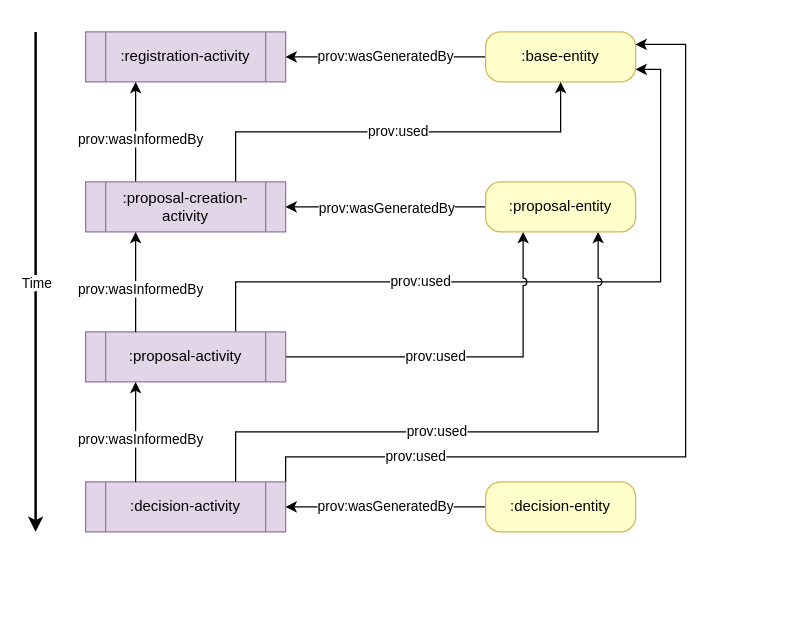
Before: img/design_principles_extended.drawio in swiss/paf-link, a draw.io diagram. Source tidied: cells renumbered, new cells numbered last; positions are measured from the earlier drawing's top-left corner, leaving out a move shared by most shapes. Both pictures are drawn from the tidied source at 125%, with x=0, y=0 at pixel (35, 31).
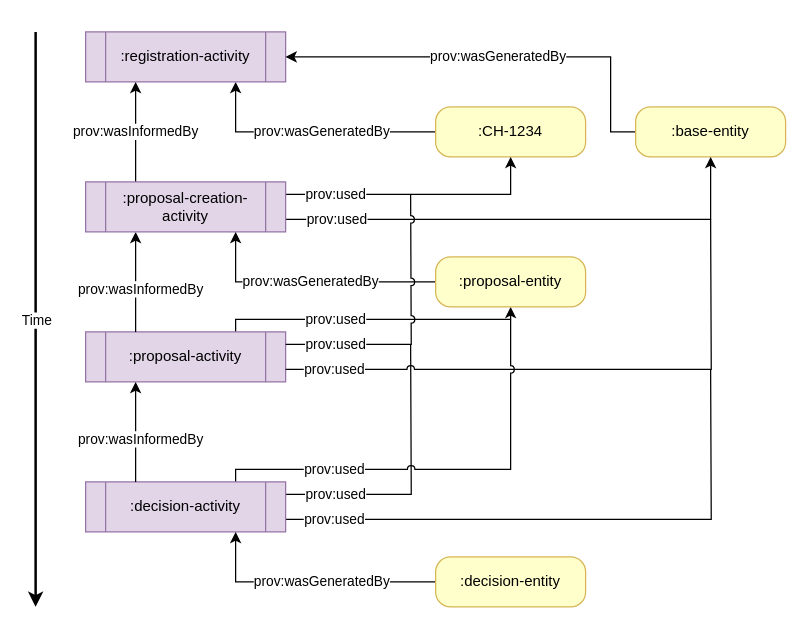
The same page after the edit.

Commit message (it also covers changes not shown here):
update design principles

The change refers to these unchanged cells:
```xml
<mxCell id="21" value=":proposal-creation-activity" style="shape=process;whiteSpace=wrap;html=1;backgroundOutline=1;fillColor=#e1d5e7;strokeColor=#9673a6;" parent="1" vertex="1">
  <mxGeometry x="40" y="120" width="160" height="40" as="geometry" />
</mxCell>
```

What changed in the source:
```diff
@@
-    <mxCell id="2" value="prov:used" style="edgeStyle=orthogonalEdgeStyle;rounded=0;html=1;exitX=0.75;exitY=0;exitDx=0;exitDy=0;entryX=1;entryY=0.75;entryDx=0;entryDy=0;jumpStyle=arc;" parent="1" edge="1" source="11" target="4">
-      <mxGeometry x="-0.34" relative="1" as="geometry">
-        <Array as="points">
-          <mxPoint x="160" y="200" />
-          <mxPoint x="500" y="200" />
-          <mxPoint x="500" y="30" />
-        </Array>
-      </mxGeometry>
-    </mxCell>
+    <mxCell id="26" value="prov:used" style="edgeStyle=orthogonalEdgeStyle;rounded=0;html=1;exitX=1;exitY=0.25;exitDx=0;exitDy=0;endArrow=none;endFill=0;" parent="1" edge="1" source="15">
+      <mxGeometry x="-0.64" relative="1" as="geometry">
+        <mxPoint x="300" y="250" as="targetPoint" />
+      </mxGeometry>
+    </mxCell>
+    <mxCell id="27" value="prov:wasGeneratedBy" style="edgeStyle=orthogonalEdgeStyle;rounded=0;html=1;exitX=0;exitY=0.5;exitDx=0;exitDy=0;entryX=0.75;entryY=1;entryDx=0;entryDy=0;" parent="1" edge="1" source="28" target="5">
+      <mxGeometry x="-0.09" relative="1" as="geometry" />
+    </mxCell>
+    <mxCell id="28" value=":CH-1234" style="rounded=1;whiteSpace=wrap;html=1;fillColor=#FFFFCC;strokeColor=#d6b656;arcSize=30;" parent="1" vertex="1">
+      <mxGeometry x="320" y="60" width="120" height="40" as="geometry" />
+    </mxCell>
+    <mxCell id="5" value=":registration-activity" style="shape=process;whiteSpace=wrap;html=1;backgroundOutline=1;fillColor=#e1d5e7;strokeColor=#9673a6;" parent="1" vertex="1">
+      <mxGeometry x="40" width="160" height="40" as="geometry" />
+    </mxCell>
+    <mxCell id="29" style="endArrow=classic;html=1;strokeWidth=2;" parent="1" edge="1">
+      <mxGeometry relative="1" as="geometry">
+        <mxPoint as="sourcePoint" />
+        <mxPoint y="460" as="targetPoint" />
+      </mxGeometry>
+    </mxCell>
+    <mxCell id="7" value="Time" style="edgeLabel;html=1;align=center;verticalAlign=middle;" parent="29" vertex="1">
+      <mxGeometry relative="1" as="geometry" />
+    </mxCell>
+    <mxCell id="8" value="prov:wasInformedBy" style="edgeStyle=none;html=1;entryX=0.25;entryY=1;entryDx=0;entryDy=0;exitX=0.25;exitY=0;exitDx=0;exitDy=0;startArrow=none;" parent="1" edge="1" source="21" target="5">
+      <mxGeometry relative="1" as="geometry" />
+    </mxCell>
+    <mxCell id="10" value="prov:used" style="edgeStyle=orthogonalEdgeStyle;rounded=0;jumpStyle=arc;html=1;exitX=0.75;exitY=0;exitDx=0;exitDy=0;entryX=0.5;entryY=1;entryDx=0;entryDy=0;endArrow=classic;endFill=1;" parent="1" edge="1" source="11" target="25">
+      <mxGeometry x="-0.25" relative="1" as="geometry" />
+    </mxCell>
+    <mxCell id="11" value=":proposal-activity" style="shape=process;whiteSpace=wrap;html=1;backgroundOutline=1;fillColor=#e1d5e7;strokeColor=#9673a6;" parent="1" vertex="1">
+      <mxGeometry x="40" y="240" width="160" height="40" as="geometry" />
+    </mxCell>
+    <mxCell id="30" value="prov:used" style="edgeStyle=orthogonalEdgeStyle;rounded=0;html=1;exitX=1;exitY=0.75;exitDx=0;exitDy=0;jumpStyle=arc;endArrow=none;endFill=0;" parent="1" edge="1" source="11">
+      <mxGeometry x="-0.83" relative="1" as="geometry">
+        <mxPoint x="540" y="150" as="targetPoint" />
+      </mxGeometry>
+    </mxCell>
+    <mxCell id="31" style="edgeStyle=none;html=1;" parent="1" edge="1">
+      <mxGeometry relative="1" as="geometry">
+        <mxPoint x="280" y="460" as="sourcePoint" />
+        <mxPoint x="280" y="460" as="targetPoint" />
+      </mxGeometry>
+    </mxCell>
+    <mxCell id="32" value="prov:used" style="edgeStyle=orthogonalEdgeStyle;rounded=0;jumpStyle=arc;html=1;exitX=1;exitY=0.75;exitDx=0;exitDy=0;endArrow=none;endFill=0;" parent="1" edge="1" source="15">
+      <mxGeometry x="-0.83" relative="1" as="geometry">
+        <mxPoint x="540" y="270" as="targetPoint" />
+      </mxGeometry>
+    </mxCell>
+    <mxCell id="33" value="prov:used" style="edgeStyle=orthogonalEdgeStyle;rounded=0;jumpStyle=arc;html=1;exitX=0.75;exitY=0;exitDx=0;exitDy=0;endArrow=none;endFill=0;" parent="1" edge="1" source="15">
+      <mxGeometry x="-0.49" relative="1" as="geometry">
+        <mxPoint x="380" y="230" as="targetPoint" />
+        <Array as="points">
+          <mxPoint x="160" y="350" />
+          <mxPoint x="380" y="350" />
+        </Array>
+      </mxGeometry>
+    </mxCell>
+    <mxCell id="15" value=":decision-activity" style="shape=process;whiteSpace=wrap;html=1;backgroundOutline=1;fillColor=#e1d5e7;strokeColor=#9673a6;" parent="1" vertex="1">
+      <mxGeometry x="40" y="360" width="160" height="40" as="geometry" />
+    </mxCell>
+    <mxCell id="16" style="edgeStyle=none;html=1;exitX=0.25;exitY=0;exitDx=0;exitDy=0;entryX=0.25;entryY=1;entryDx=0;entryDy=0;" parent="1" edge="1" source="15" target="11">
+      <mxGeometry relative="1" as="geometry" />
+    </mxCell>
+    <mxCell id="34" value="prov:wasInformedBy" style="edgeLabel;html=1;align=center;verticalAlign=middle;" parent="16" vertex="1">
+      <mxGeometry x="-0.12" y="-3" relative="1" as="geometry" />
+    </mxCell>
+    <mxCell id="18" value="prov:wasGeneratedBy" style="edgeStyle=orthogonalEdgeStyle;rounded=0;html=1;exitX=0;exitY=0.5;exitDx=0;exitDy=0;entryX=0.75;entryY=1;entryDx=0;entryDy=0;endArrow=classic;endFill=1;" parent="1" edge="1" source="19" target="15">
+      <mxGeometry x="-0.09" relative="1" as="geometry" />
+    </mxCell>
+    <mxCell id="19" value=":decision-entity" style="rounded=1;whiteSpace=wrap;html=1;fillColor=#FFFFCC;strokeColor=#d6b656;arcSize=30;" parent="1" vertex="1">
+      <mxGeometry x="320" y="420" width="120" height="40" as="geometry" />
+    </mxCell>
-    <mxCell id="3" value="prov:wasGeneratedBy" style="edgeStyle=orthogonalEdgeStyle;rounded=0;html=1;exitX=0;exitY=0.5;exitDx=0;exitDy=0;entryX=1;entryY=0.5;entryDx=0;entryDy=0;" parent="1" edge="1" source="4" target="5">
-      <mxGeometry relative="1" as="geometry" />
+    <mxCell id="3" value="prov:wasGeneratedBy" style="edgeStyle=orthogonalEdgeStyle;rounded=0;jumpStyle=arc;html=1;exitX=0;exitY=0.5;exitDx=0;exitDy=0;entryX=1;entryY=0.5;entryDx=0;entryDy=0;startArrow=none;startFill=0;endArrow=classic;endFill=1;" parent="1" edge="1" source="4" target="5">
+      <mxGeometry relative="1" as="geometry">
+        <Array as="points">
+          <mxPoint x="460" y="80" />
+          <mxPoint x="460" y="20" />
+        </Array>
+      </mxGeometry>
     </mxCell>
     <mxCell id="4" value=":base-entity" style="rounded=1;whiteSpace=wrap;html=1;fillColor=#FFFFCC;strokeColor=#d6b656;arcSize=30;" parent="1" vertex="1">
-      <mxGeometry x="360" width="120" height="40" as="geometry" />
+      <mxGeometry x="480" y="60" width="120" height="40" as="geometry" />
     </mxCell>
-    <mxCell id="5" value=":registration-activity" style="shape=process;whiteSpace=wrap;html=1;backgroundOutline=1;fillColor=#e1d5e7;strokeColor=#9673a6;" parent="1" vertex="1">
-      <mxGeometry x="40" width="160" height="40" as="geometry" />
-    </mxCell>
-    <mxCell id="6" style="endArrow=classic;html=1;strokeWidth=2;" parent="1" edge="1">
-      <mxGeometry relative="1" as="geometry">
-        <mxPoint as="sourcePoint" />
-        <mxPoint y="400" as="targetPoint" />
-      </mxGeometry>
-    </mxCell>
-    <mxCell id="7" value="Time" style="edgeLabel;html=1;align=center;verticalAlign=middle;" parent="6" vertex="1">
-      <mxGeometry relative="1" as="geometry" />
-    </mxCell>
-    <mxCell id="8" style="edgeStyle=none;html=1;entryX=0.25;entryY=1;entryDx=0;entryDy=0;exitX=0.25;exitY=0;exitDx=0;exitDy=0;" parent="1" edge="1" source="21" target="5">
-      <mxGeometry relative="1" as="geometry" />
-    </mxCell>
-    <mxCell id="9" value="prov:wasInformedBy" style="edgeLabel;html=1;align=center;verticalAlign=middle;" parent="8" vertex="1">
-      <mxGeometry x="-0.12" y="-3" relative="1" as="geometry" />
-    </mxCell>
-    <mxCell id="10" value="prov:used" style="edgeStyle=orthogonalEdgeStyle;rounded=0;html=1;exitX=1;exitY=0.5;exitDx=0;exitDy=0;entryX=0.25;entryY=1;entryDx=0;entryDy=0;jumpStyle=arc;" parent="1" edge="1" source="11" target="25">
-      <mxGeometry x="-0.17" relative="1" as="geometry" />
-    </mxCell>
-    <mxCell id="11" value=":proposal-activity" style="shape=process;whiteSpace=wrap;html=1;backgroundOutline=1;fillColor=#e1d5e7;strokeColor=#9673a6;" parent="1" vertex="1">
-      <mxGeometry x="40" y="240" width="160" height="40" as="geometry" />
-    </mxCell>
-    <mxCell id="12" style="edgeStyle=none;html=1;" parent="1" edge="1">
-      <mxGeometry relative="1" as="geometry">
-        <mxPoint x="280" y="450" as="sourcePoint" />
-        <mxPoint x="280" y="450" as="targetPoint" />
-      </mxGeometry>
-    </mxCell>
-    <mxCell id="13" value="prov:used" style="edgeStyle=orthogonalEdgeStyle;rounded=0;html=1;exitX=0.75;exitY=0;exitDx=0;exitDy=0;entryX=0.75;entryY=1;entryDx=0;entryDy=0;jumpStyle=arc;" parent="1" edge="1" source="15" target="25">
-      <mxGeometry x="-0.18" relative="1" as="geometry">
-        <Array as="points">
-          <mxPoint x="160" y="320" />
-          <mxPoint x="450" y="320" />
-        </Array>
-      </mxGeometry>
-    </mxCell>
-    <mxCell id="14" value="prov:used" style="edgeStyle=orthogonalEdgeStyle;rounded=0;jumpStyle=arc;html=1;exitX=1;exitY=0;exitDx=0;exitDy=0;entryX=1;entryY=0.25;entryDx=0;entryDy=0;" parent="1" edge="1" source="15" target="4">
-      <mxGeometry x="-0.65" relative="1" as="geometry">
-        <Array as="points">
-          <mxPoint x="200" y="340" />
-          <mxPoint x="520" y="340" />
-          <mxPoint x="520" y="10" />
-        </Array>
-      </mxGeometry>
-    </mxCell>
-    <mxCell id="15" value=":decision-activity" style="shape=process;whiteSpace=wrap;html=1;backgroundOutline=1;fillColor=#e1d5e7;strokeColor=#9673a6;" parent="1" vertex="1">
-      <mxGeometry x="40" y="360" width="160" height="40" as="geometry" />
-    </mxCell>
-    <mxCell id="16" style="edgeStyle=none;html=1;exitX=0.25;exitY=0;exitDx=0;exitDy=0;entryX=0.25;entryY=1;entryDx=0;entryDy=0;" parent="1" edge="1" source="15" target="11">
-      <mxGeometry relative="1" as="geometry" />
-    </mxCell>
-    <mxCell id="17" value="prov:wasInformedBy" style="edgeLabel;html=1;align=center;verticalAlign=middle;" parent="16" vertex="1">
-      <mxGeometry x="-0.12" y="-3" relative="1" as="geometry" />
-    </mxCell>
-    <mxCell id="18" value="prov:wasGeneratedBy" style="edgeStyle=orthogonalEdgeStyle;rounded=0;html=1;exitX=0;exitY=0.5;exitDx=0;exitDy=0;entryX=1;entryY=0.5;entryDx=0;entryDy=0;endArrow=classic;endFill=1;" parent="1" edge="1" source="19" target="15">
-      <mxGeometry relative="1" as="geometry" />
-    </mxCell>
-    <mxCell id="19" value=":decision-entity" style="rounded=1;whiteSpace=wrap;html=1;fillColor=#FFFFCC;strokeColor=#d6b656;arcSize=30;" parent="1" vertex="1">
-      <mxGeometry x="360" y="360" width="120" height="40" as="geometry" />
-    </mxCell>
+    <mxCell id="22" style="edgeStyle=none;html=1;entryX=0.25;entryY=1;entryDx=0;entryDy=0;exitX=0.25;exitY=0;exitDx=0;exitDy=0;endArrow=classic;endFill=1;" parent="1" edge="1" source="11" target="21">
+      <mxGeometry relative="1" as="geometry" />
+    </mxCell>
+    <mxCell id="35" value="prov:wasInformedBy" style="edgeLabel;html=1;align=center;verticalAlign=middle;" parent="22" vertex="1">
+      <mxGeometry x="-0.12" y="-3" relative="1" as="geometry" />
+    </mxCell>
+    <mxCell id="36" value="prov:used" style="edgeStyle=orthogonalEdgeStyle;rounded=0;html=1;exitX=1;exitY=0.25;exitDx=0;exitDy=0;entryX=0.5;entryY=1;entryDx=0;entryDy=0;" parent="1" edge="1" source="21" target="28">
+      <mxGeometry x="-0.62" relative="1" as="geometry" />
+    </mxCell>
-    <mxCell id="20" value="prov:used" style="edgeStyle=orthogonalEdgeStyle;html=1;exitX=0.75;exitY=0;exitDx=0;exitDy=0;entryX=0.5;entryY=1;entryDx=0;entryDy=0;rounded=0;" parent="1" edge="1" source="21" target="4">
-      <mxGeometry relative="1" as="geometry" />
+    <mxCell id="20" value="prov:used" style="edgeStyle=orthogonalEdgeStyle;rounded=0;html=1;exitX=1;exitY=0.75;exitDx=0;exitDy=0;entryX=0.5;entryY=1;entryDx=0;entryDy=0;" parent="1" edge="1" source="21" target="4">
+      <mxGeometry x="-0.79" relative="1" as="geometry" />
     </mxCell>
@@
-    <mxCell id="22" style="edgeStyle=none;html=1;entryX=0.25;entryY=1;entryDx=0;entryDy=0;exitX=0.25;exitY=0;exitDx=0;exitDy=0;" parent="1" edge="1" source="11" target="21">
-      <mxGeometry relative="1" as="geometry" />
-    </mxCell>
-    <mxCell id="23" value="prov:wasInformedBy" style="edgeLabel;html=1;align=center;verticalAlign=middle;" parent="22" vertex="1">
-      <mxGeometry x="-0.12" y="-3" relative="1" as="geometry" />
-    </mxCell>
-    <mxCell id="24" value="prov:wasGeneratedBy" style="edgeStyle=orthogonalEdgeStyle;rounded=0;html=1;exitX=0;exitY=0.5;exitDx=0;exitDy=0;entryX=1;entryY=0.5;entryDx=0;entryDy=0;" parent="1" edge="1" source="25">
-      <mxGeometry relative="1" as="geometry">
-        <mxPoint x="200" y="140" as="targetPoint" />
-      </mxGeometry>
-    </mxCell>
+    <mxCell id="37" value="prov:wasGeneratedBy" style="edgeStyle=orthogonalEdgeStyle;html=1;exitX=0;exitY=0.5;exitDx=0;exitDy=0;entryX=0.75;entryY=1;entryDx=0;entryDy=0;rounded=0;" parent="1" edge="1" source="25" target="21">
+      <mxGeometry relative="1" as="geometry" />
+    </mxCell>
     <mxCell id="25" value=":proposal-entity" style="rounded=1;whiteSpace=wrap;html=1;fillColor=#FFFFCC;strokeColor=#d6b656;arcSize=30;" parent="1" vertex="1">
-      <mxGeometry x="360" y="120" width="120" height="40" as="geometry" />
+      <mxGeometry x="320" y="180" width="120" height="40" as="geometry" />
     </mxCell>
+    <mxCell id="38" value="prov:used" style="edgeStyle=orthogonalEdgeStyle;rounded=0;html=1;exitX=1;exitY=0.25;exitDx=0;exitDy=0;endArrow=none;endFill=0;jumpStyle=arc;" parent="1" edge="1" source="11">
+      <mxGeometry x="-0.64" relative="1" as="geometry">
+        <mxPoint x="300" y="130" as="targetPoint" />
+      </mxGeometry>
+    </mxCell>
```
